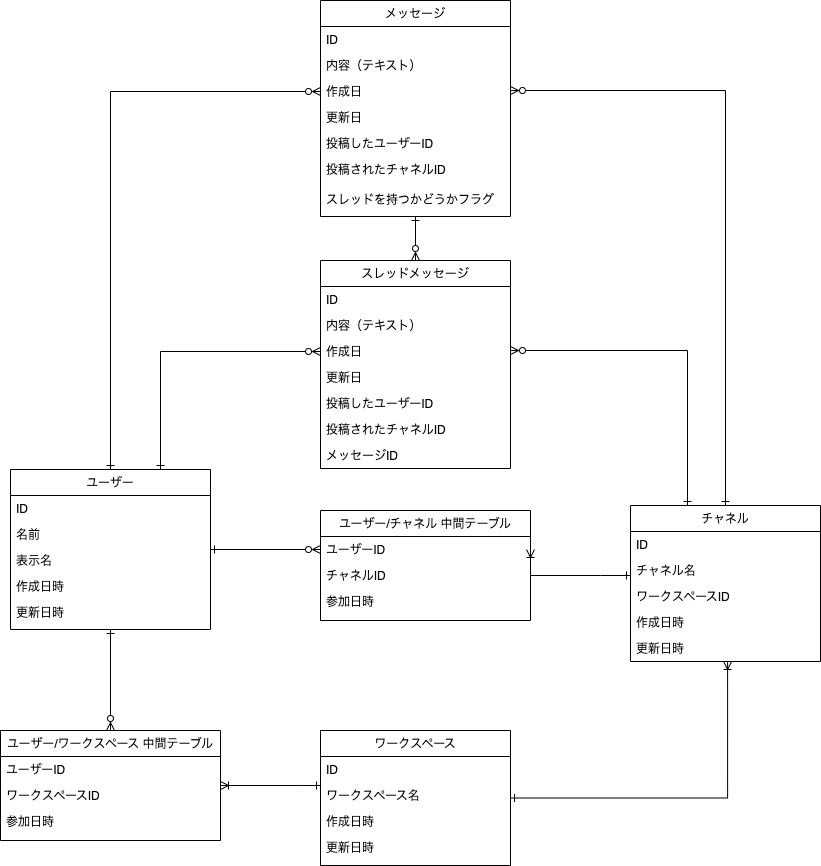
The draw.io diagram db/db-modeling-2/DB2 Diagram.drawio.png in yuikoito/PrAhaChallenge, before a commit. Source tidied: cells renumbered, new cells last; positions are measured from the earlier drawing's top-left corner, leaving out a move shared by most shapes.
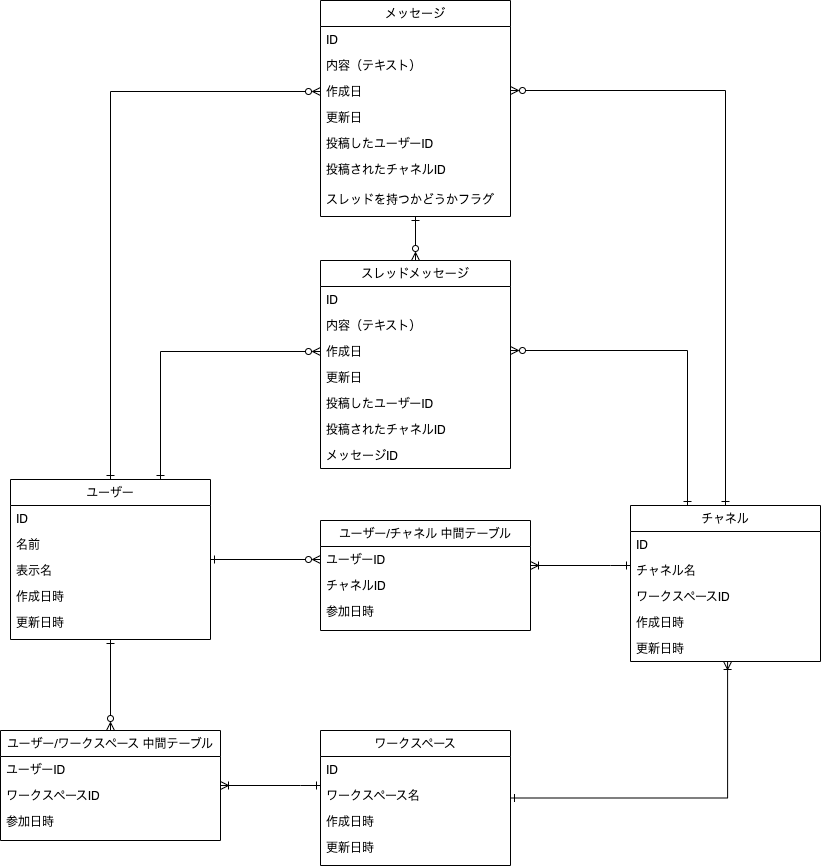
After the change.

Diff of the diagram source:
```diff
@@ -15,7 +15,7 @@
       <mxGeometry relative="1" as="geometry" />
     </mxCell>
     <mxCell id="6" value="ユーザー" style="swimlane;fontStyle=0;align=center;verticalAlign=top;horizontal=1;startSize=26;rounded=0;shadow=0;strokeWidth=1;" parent="1" vertex="1">
-      <mxGeometry x="10" y="469" width="200" height="160" as="geometry" />
+      <mxGeometry x="10" y="479" width="200" height="160" as="geometry" />
     </mxCell>
     <mxCell id="7" value="ID" style="text;align=left;verticalAlign=top;spacingLeft=4;spacingRight=4;overflow=hidden;" parent="6" vertex="1">
       <mxGeometry y="26" width="200" height="26" as="geometry" />
@@ -97,14 +97,14 @@
     <mxCell id="30" value="メッセージID" style="text;align=left;verticalAlign=top;spacingLeft=4;spacingRight=4;overflow=hidden;" parent="23" vertex="1">
       <mxGeometry y="182" width="190" height="26" as="geometry" />
     </mxCell>
-    <mxCell id="31" style="edgeStyle=orthogonalEdgeStyle;rounded=0;jettySize=auto;html=1;entryX=1;entryY=0.5;entryDx=0;entryDy=0;startArrow=ERone;startFill=0;endArrow=ERoneToMany;endFill=0;" parent="1" edge="1" source="32" target="39">
-      <mxGeometry relative="1" as="geometry">
-        <Array as="points">
-          <mxPoint x="600" y="575" />
-          <mxPoint x="600" y="575" />
-        </Array>
-      </mxGeometry>
-    </mxCell>
+    <mxCell id="53" style="edgeStyle=orthogonalEdgeStyle;rounded=0;jettySize=auto;html=1;startArrow=ERone;startFill=0;endArrow=ERoneToMany;endFill=0;" parent="1" edge="1" source="32" target="38">
+      <mxGeometry relative="1" as="geometry">
+        <Array as="points">
+          <mxPoint x="610" y="565" />
+          <mxPoint x="610" y="565" />
+        </Array>
+      </mxGeometry>
+    </mxCell>
     <mxCell id="32" value="チャネル" style="swimlane;fontStyle=0;align=center;verticalAlign=top;horizontal=1;startSize=26;rounded=0;shadow=0;strokeWidth=1;" parent="1" vertex="1">
       <mxGeometry x="630" y="505" width="190" height="156" as="geometry" />
     </mxCell>
@@ -124,7 +124,7 @@
       <mxGeometry y="130" width="190" height="26" as="geometry" />
     </mxCell>
     <mxCell id="38" value="ユーザー/チャネル 中間テーブル" style="swimlane;fontStyle=0;align=center;verticalAlign=top;horizontal=1;startSize=26;rounded=0;shadow=0;strokeWidth=1;" parent="1" vertex="1">
-      <mxGeometry x="320" y="510" width="210" height="110" as="geometry" />
+      <mxGeometry x="320" y="520" width="210" height="110" as="geometry" />
     </mxCell>
     <mxCell id="39" value="ユーザーID" style="text;align=left;verticalAlign=top;spacingLeft=4;spacingRight=4;overflow=hidden;points=[[0,0.5],[1,0.5]];portConstraint=eastwest;rounded=0;shadow=0;html=0;" parent="38" vertex="1">
       <mxGeometry y="26" width="210" height="26" as="geometry" />
```
